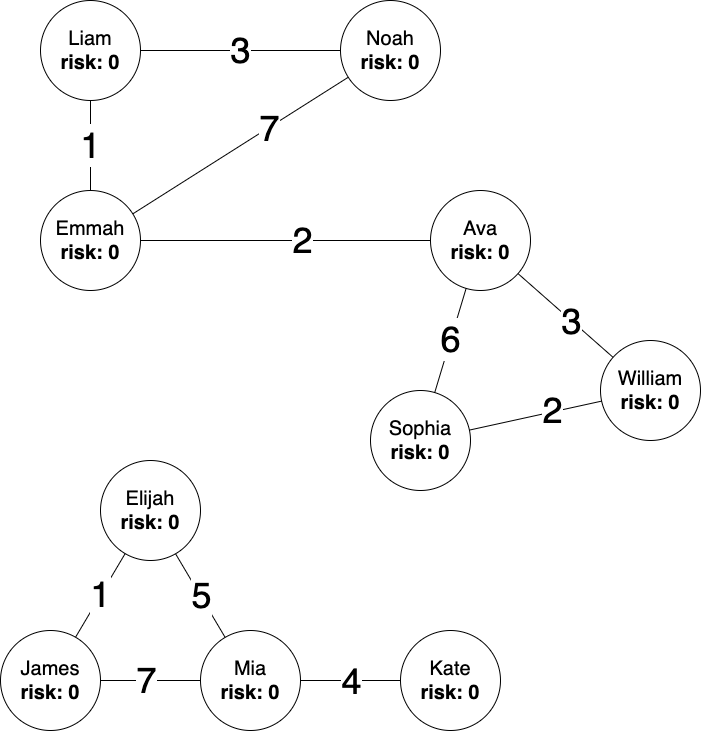
akenned8/CovidNetworkSimulator keeps this draw.io diagram as demo_media/network_diagram_base.png. Above is the earlier version. Source tidied: cells renumbered, new cells last; positions are measured from the earlier drawing's top-left corner, leaving out a move shared by most shapes. Its diagram source:
```xml
<mxGraphModel>
  <root>
    <mxCell id="0" />
    <mxCell id="1" parent="0" />
    <mxCell id="2" value="&lt;font style=&quot;font-size: 20px&quot;&gt;Elijah&lt;br&gt;&lt;b&gt;risk: 0&lt;/b&gt;&lt;br&gt;&lt;/font&gt;" style="ellipse;whiteSpace=wrap;html=1;fontSize=20;" parent="1" vertex="1">
      <mxGeometry x="100" y="460" width="100" height="100" as="geometry" />
    </mxCell>
    <mxCell id="3" value="&lt;font style=&quot;font-size: 20px&quot;&gt;Sophia&lt;br&gt;&lt;b&gt;risk: 0&lt;/b&gt;&lt;br&gt;&lt;/font&gt;" style="ellipse;whiteSpace=wrap;html=1;fontSize=20;" parent="1" vertex="1">
      <mxGeometry x="370" y="390" width="100" height="100" as="geometry" />
    </mxCell>
    <mxCell id="4" value="&lt;font style=&quot;font-size: 20px&quot;&gt;William&lt;br&gt;&lt;b&gt;risk: 0&lt;/b&gt;&lt;br&gt;&lt;/font&gt;" style="ellipse;whiteSpace=wrap;html=1;fontSize=20;" parent="1" vertex="1">
      <mxGeometry x="600" y="340" width="100" height="100" as="geometry" />
    </mxCell>
    <mxCell id="5" value="&lt;font style=&quot;font-size: 20px&quot;&gt;Noah&lt;br&gt;&lt;b&gt;risk: 0&lt;/b&gt;&lt;br&gt;&lt;/font&gt;" style="ellipse;whiteSpace=wrap;html=1;fontSize=20;" parent="1" vertex="1">
      <mxGeometry x="340" width="100" height="100" as="geometry" />
    </mxCell>
    <mxCell id="6" value="&lt;font style=&quot;font-size: 20px&quot;&gt;Ava&lt;br&gt;&lt;b&gt;risk: 0&lt;/b&gt;&lt;br&gt;&lt;/font&gt;" style="ellipse;whiteSpace=wrap;html=1;fontSize=20;" parent="1" vertex="1">
      <mxGeometry x="430" y="190" width="100" height="100" as="geometry" />
    </mxCell>
    <mxCell id="7" value="&lt;font style=&quot;font-size: 20px&quot;&gt;Emmah&lt;br&gt;&lt;b&gt;risk: 0&lt;/b&gt;&lt;br&gt;&lt;/font&gt;" style="ellipse;whiteSpace=wrap;html=1;fontSize=20;" parent="1" vertex="1">
      <mxGeometry x="40" y="190" width="100" height="100" as="geometry" />
    </mxCell>
    <mxCell id="8" value="&lt;font style=&quot;font-size: 20px&quot;&gt;Liam&lt;br&gt;&lt;b&gt;risk: 0&lt;/b&gt;&lt;br style=&quot;font-size: 20px&quot;&gt;&lt;/font&gt;" style="ellipse;whiteSpace=wrap;html=1;fontSize=20;" parent="1" vertex="1">
      <mxGeometry x="40" width="100" height="100" as="geometry" />
    </mxCell>
    <mxCell id="9" value="&lt;font style=&quot;font-size: 20px&quot;&gt;Kate&lt;br&gt;&lt;b&gt;risk: 0&lt;/b&gt;&lt;br&gt;&lt;/font&gt;" style="ellipse;whiteSpace=wrap;html=1;fontSize=20;" parent="1" vertex="1">
      <mxGeometry x="400" y="630" width="100" height="100" as="geometry" />
    </mxCell>
    <mxCell id="10" value="&lt;font style=&quot;font-size: 20px&quot;&gt;Mia&lt;br&gt;&lt;b&gt;risk: 0&lt;/b&gt;&lt;br&gt;&lt;/font&gt;" style="ellipse;whiteSpace=wrap;html=1;fontSize=20;" parent="1" vertex="1">
      <mxGeometry x="200" y="630" width="100" height="100" as="geometry" />
    </mxCell>
    <mxCell id="11" value="&lt;font style=&quot;font-size: 20px&quot;&gt;James&lt;br&gt;&lt;b&gt;risk: 0&lt;/b&gt;&lt;br&gt;&lt;/font&gt;" style="ellipse;whiteSpace=wrap;html=1;fontSize=20;" parent="1" vertex="1">
      <mxGeometry y="630" width="100" height="100" as="geometry" />
    </mxCell>
    <mxCell id="12" value="&lt;font style=&quot;font-size: 36px&quot;&gt;3&lt;/font&gt;" style="endArrow=none;html=1;fontSize=20;" parent="1" edge="1" source="8" target="5">
      <mxGeometry relative="1" as="geometry" />
    </mxCell>
    <mxCell id="13" style="endArrow=none;html=1;fontSize=20;" parent="1" edge="1" source="4" target="6">
      <mxGeometry relative="1" as="geometry" />
    </mxCell>
    <mxCell id="14" value="&lt;font style=&quot;font-size: 36px&quot;&gt;3&lt;/font&gt;" style="edgeLabel;html=1;align=center;verticalAlign=middle;fontSize=20;" parent="13" vertex="1">
      <mxGeometry x="-0.34" y="1" relative="1" as="geometry">
        <mxPoint x="-10.6" y="-10.1" as="offset" />
      </mxGeometry>
    </mxCell>
    <mxCell id="15" value="&lt;font style=&quot;font-size: 36px&quot;&gt;6&lt;/font&gt;" style="endArrow=none;html=1;fontSize=20;" parent="1" edge="1" source="3" target="6">
      <mxGeometry relative="1" as="geometry" />
    </mxCell>
    <mxCell id="16" style="endArrow=none;html=1;fontSize=20;" parent="1" edge="1" source="2" target="10">
      <mxGeometry relative="1" as="geometry" />
    </mxCell>
    <mxCell id="17" value="&lt;font style=&quot;font-size: 36px&quot;&gt;5&lt;/font&gt;" style="edgeLabel;html=1;align=center;verticalAlign=middle;fontSize=20;" parent="16" vertex="1">
      <mxGeometry x="0.01" y="1" relative="1" as="geometry" />
    </mxCell>
    <mxCell id="18" style="endArrow=none;html=1;fontSize=20;" parent="1" edge="1" source="11" target="2">
      <mxGeometry relative="1" as="geometry" />
    </mxCell>
    <mxCell id="19" value="&lt;font style=&quot;font-size: 36px&quot;&gt;1&lt;/font&gt;" style="edgeLabel;html=1;align=center;verticalAlign=middle;fontSize=20;" parent="18" vertex="1">
      <mxGeometry x="0.04" y="2" relative="1" as="geometry">
        <mxPoint x="0.8" as="offset" />
      </mxGeometry>
    </mxCell>
    <mxCell id="20" style="endArrow=none;html=1;fontSize=20;" parent="1" edge="1" source="3" target="4">
      <mxGeometry relative="1" as="geometry" />
    </mxCell>
    <mxCell id="21" value="&lt;font style=&quot;font-size: 36px&quot;&gt;2&lt;/font&gt;" style="edgeLabel;html=1;align=center;verticalAlign=middle;fontSize=20;" parent="20" vertex="1">
      <mxGeometry x="0.26" y="2" relative="1" as="geometry" />
    </mxCell>
    <mxCell id="22" style="endArrow=none;html=1;fontSize=20;" parent="1" edge="1" source="11" target="10">
      <mxGeometry relative="1" as="geometry" />
    </mxCell>
    <mxCell id="23" value="&lt;font style=&quot;font-size: 36px&quot;&gt;7&lt;/font&gt;" style="edgeLabel;html=1;align=center;verticalAlign=middle;fontSize=20;" parent="22" vertex="1">
      <mxGeometry x="-0.11" y="1" relative="1" as="geometry" />
    </mxCell>
    <mxCell id="24" style="endArrow=none;html=1;fontSize=20;" parent="1" edge="1" source="10" target="9">
      <mxGeometry relative="1" as="geometry" />
    </mxCell>
    <mxCell id="25" value="&lt;font style=&quot;font-size: 36px&quot;&gt;4&lt;/font&gt;" style="edgeLabel;html=1;align=center;verticalAlign=middle;fontSize=20;" parent="24" vertex="1">
      <mxGeometry x="0.26" y="1" relative="1" as="geometry">
        <mxPoint x="-13.5" y="1" as="offset" />
      </mxGeometry>
    </mxCell>
    <mxCell id="26" style="endArrow=none;html=1;fontSize=20;" parent="1" edge="1" source="7" target="5">
      <mxGeometry relative="1" as="geometry" />
    </mxCell>
    <mxCell id="27" value="&lt;font style=&quot;font-size: 36px&quot;&gt;7&lt;/font&gt;" style="edgeLabel;html=1;align=center;verticalAlign=middle;fontSize=20;" parent="26" vertex="1">
      <mxGeometry x="0.25" y="-1" relative="1" as="geometry">
        <mxPoint y="-1" as="offset" />
      </mxGeometry>
    </mxCell>
    <mxCell id="28" value="&lt;font style=&quot;font-size: 36px&quot;&gt;1&lt;/font&gt;" style="endArrow=none;html=1;fontSize=20;" parent="1" edge="1" source="7" target="8">
      <mxGeometry relative="1" as="geometry" />
    </mxCell>
    <mxCell id="29" style="endArrow=none;html=1;fontSize=20;" parent="1" edge="1" source="7" target="6">
      <mxGeometry relative="1" as="geometry" />
    </mxCell>
    <mxCell id="30" value="&lt;font style=&quot;font-size: 36px&quot;&gt;2&lt;/font&gt;" style="edgeLabel;html=1;align=center;verticalAlign=middle;fontSize=20;" parent="29" vertex="1">
      <mxGeometry x="0.11" y="1" relative="1" as="geometry" />
    </mxCell>
  </root>
</mxGraphModel>
```
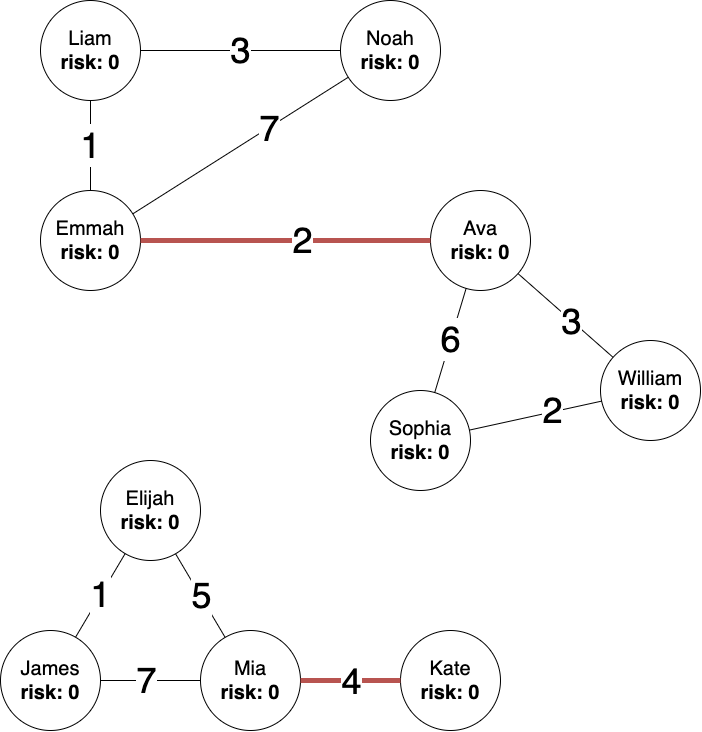
Later version of the same file.

Diff of the diagram source:
```diff
@@ -72,7 +72,7 @@
     <mxCell id="23" value="&lt;font style=&quot;font-size: 36px&quot;&gt;7&lt;/font&gt;" style="edgeLabel;html=1;align=center;verticalAlign=middle;fontSize=20;" parent="22" vertex="1">
       <mxGeometry x="-0.11" y="1" relative="1" as="geometry" />
     </mxCell>
-    <mxCell id="24" style="endArrow=none;html=1;fontSize=20;" parent="1" edge="1" source="10" target="9">
+    <mxCell id="24" style="endArrow=none;html=1;fontSize=20;fillColor=#f8cecc;strokeColor=#b85450;strokeWidth=5;" parent="1" edge="1" source="10" target="9">
       <mxGeometry relative="1" as="geometry" />
     </mxCell>
     <mxCell id="25" value="&lt;font style=&quot;font-size: 36px&quot;&gt;4&lt;/font&gt;" style="edgeLabel;html=1;align=center;verticalAlign=middle;fontSize=20;" parent="24" vertex="1">
@@ -91,7 +91,7 @@
     <mxCell id="28" value="&lt;font style=&quot;font-size: 36px&quot;&gt;1&lt;/font&gt;" style="endArrow=none;html=1;fontSize=20;" parent="1" edge="1" source="7" target="8">
       <mxGeometry relative="1" as="geometry" />
     </mxCell>
-    <mxCell id="29" style="endArrow=none;html=1;fontSize=20;" parent="1" edge="1" source="7" target="6">
+    <mxCell id="29" style="endArrow=none;html=1;fontSize=20;fillColor=#f8cecc;strokeColor=#b85450;strokeWidth=5;" parent="1" edge="1" source="7" target="6">
       <mxGeometry relative="1" as="geometry" />
     </mxCell>
     <mxCell id="30" value="&lt;font style=&quot;font-size: 36px&quot;&gt;2&lt;/font&gt;" style="edgeLabel;html=1;align=center;verticalAlign=middle;fontSize=20;" parent="29" vertex="1">
```
